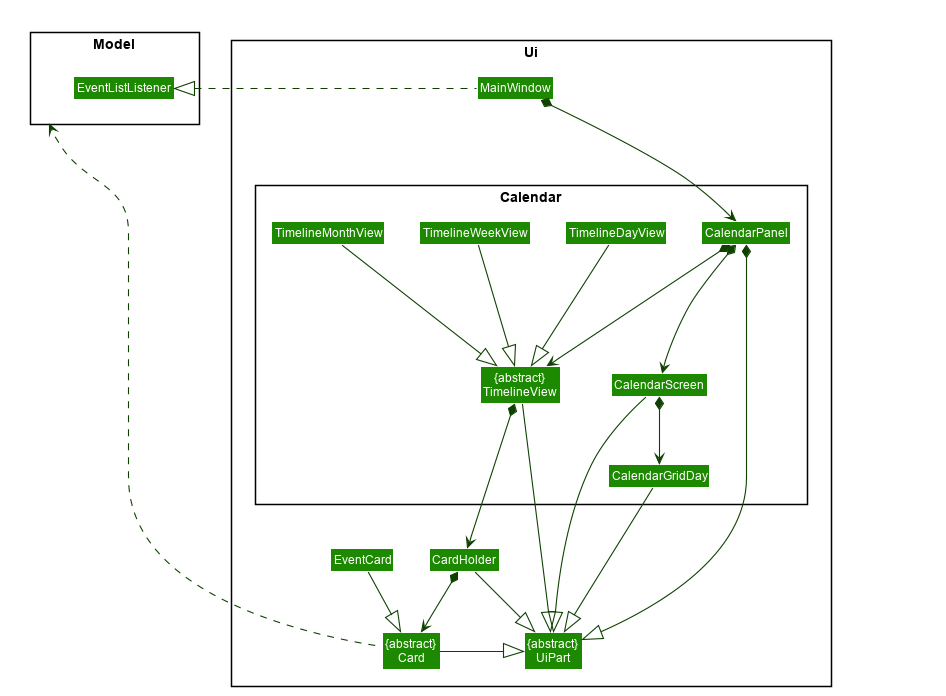
This is docs/images/UiCalendarClassDiagram.png from nus-cs2103-AY1920S1/addressbook-level3, a PlantUML export, as it was before one commit.
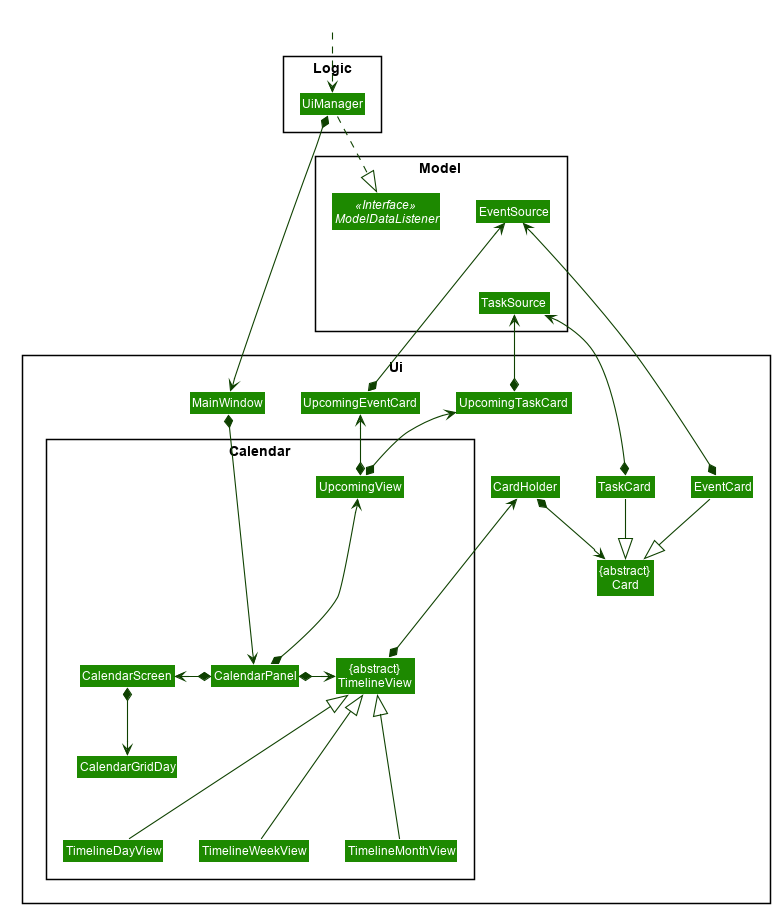
After the commit.

Change to the diagram source:
```diff
@@ -52,11 +52,13 @@
 skinparam classBackgroundColor #1D8900
 
 package Ui <<Rectangle>> {
-Class "{abstract}\nUiPart" as UiPart
 Class "{abstract}\nCard" as Card
 Class MainWindow
-    Class CardHolder
-    Class EventCard
+Class CardHolder
+Class EventCard
+Class TaskCard
+Class UpcomingEventCard
+Class UpcomingTaskCard
     package Calendar <<Rectangle>> {
         Class "{abstract}\nTimelineView" as TimelineView
         Class CalendarPanel
@@ -65,43 +67,60 @@
         Class TimelineMonthView
         Class CalendarScreen
         Class CalendarGridDay
+        Class UpcomingView
     }
 }
 
+package Logic <<Rectangle>> {
+    Class UiManager
+}
+
 package Model <<Rectangle>> {
-    Class EventListListener
+    Class EventSource
+    Class TaskSource
+    Interface ModelDataListener <<Interface>>
 }
 
 Class HiddenOutside #FFFFFF
+HiddenOutside .down.> UiManager
+
+UiManager *--> MainWindow
+UiManager ..|> ModelDataListener
+
 MainWindow *-down--> CalendarPanel
-MainWindow .left-|> EventListListener
 
-CalendarPanel *-down--|> UiPart
-CalendarPanel *-down--> TimelineView
-CalendarPanel *-down--> CalendarScreen
+CalendarPanel *-right--> TimelineView
+CalendarPanel *-left-> CalendarScreen
+CalendarPanel *-up--> UpcomingView
 
-CardHolder -down|> UiPart
 CardHolder *-down-> Card
 
-Card -down|> UiPart
-Card -up..> Model
 
 EventCard --|> Card
+EventCard *-up-> EventSource
 
 
-TimelineView -down--|> UiPart
-TimelineView *-right--> CardHolder
+TaskCard --|> Card
+TaskCard *-up-> TaskSource
 
-TimelineDayView -down--|> TimelineView
+TimelineView *-up--> CardHolder
 
-TimelineWeekView -down--|> TimelineView
+TimelineDayView -up--|> TimelineView
 
-TimelineMonthView -down--|> TimelineView
+TimelineWeekView -up--|> TimelineView
 
-CalendarScreen -down--|> UiPart
+TimelineMonthView -up--|> TimelineView
+
 CalendarScreen *-down-> CalendarGridDay
 
-CalendarGridDay -down--|> UiPart
+UpcomingView *-up-> UpcomingEventCard
+UpcomingView *-up-> UpcomingTaskCard
 
+UpcomingEventCard *-up-> EventSource
+
+UpcomingTaskCard *-up-> TaskSource
+
+EventSource ..[hidden]down|> TaskSource
+UpcomingTaskCard ..[hidden]left|> MainWindow
 
 @enduml
```
